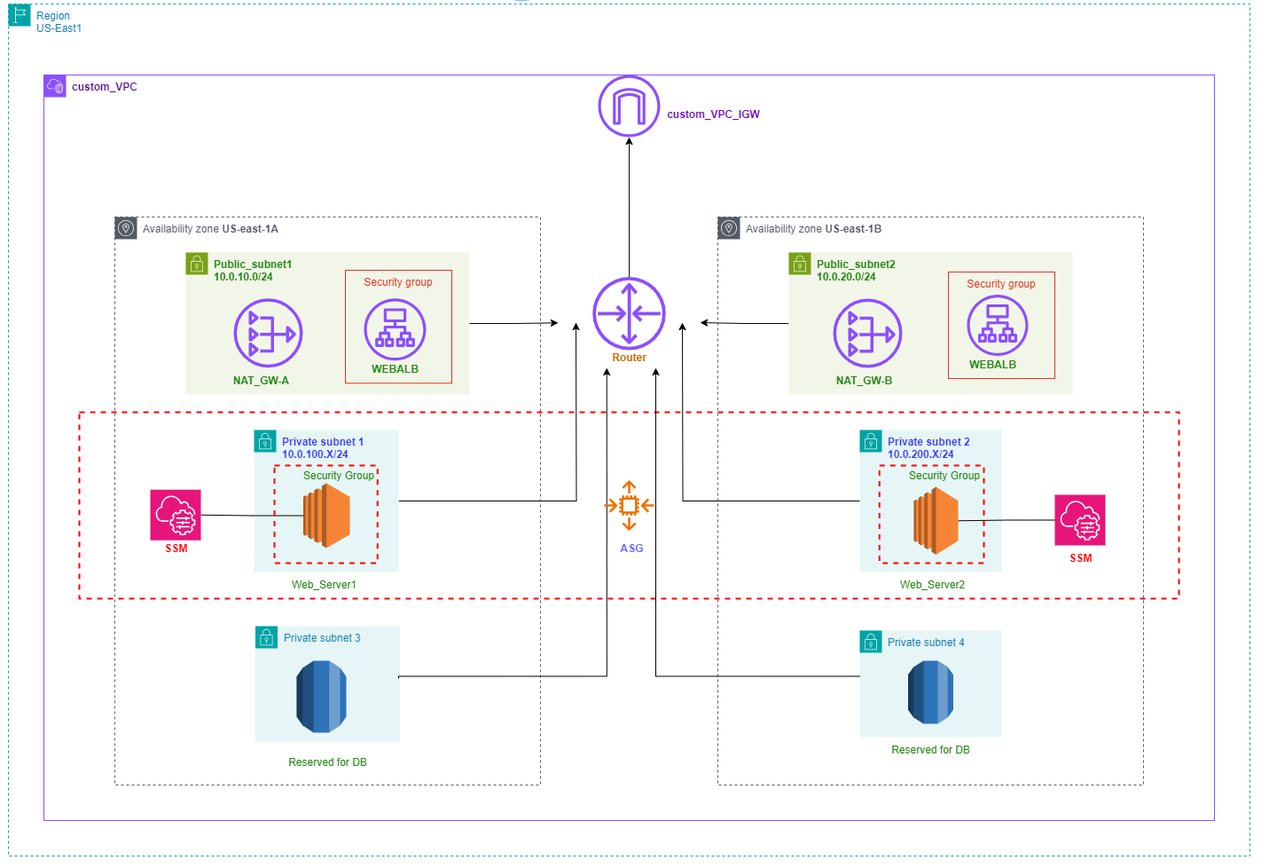
This is images/Topologie.png from elmachti/IaaS_WebApp, a draw.io export, as it was before one commit. Source tidied: cells renumbered, new cells last; positions are measured from the earlier drawing's top-left corner, leaving out a move shared by most shapes.
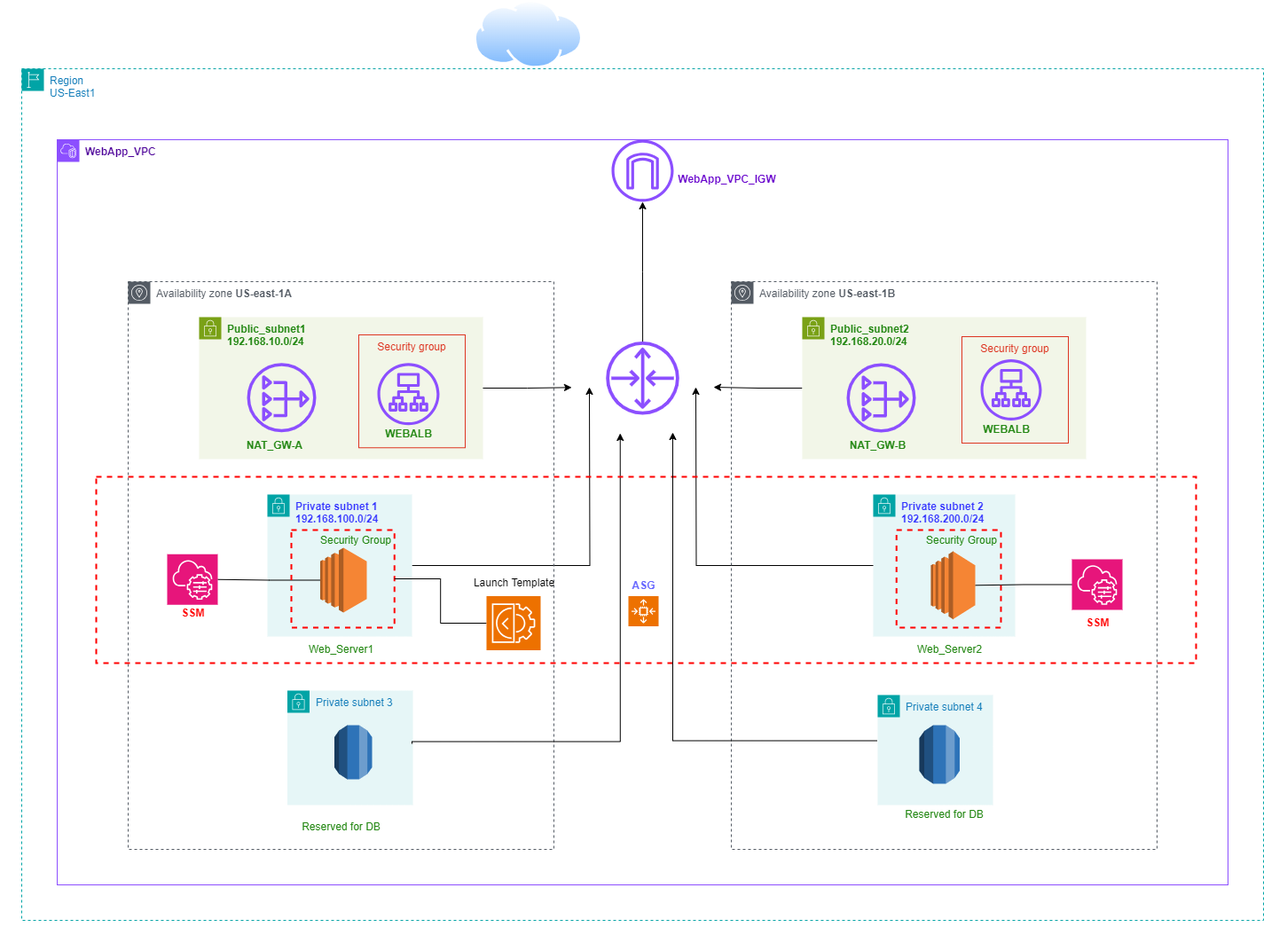
After the commit.

The edit, as a diff of the source:
```diff
@@ -2,7 +2,7 @@
   <root>
     <mxCell id="0" />
     <mxCell id="1" parent="0" />
-    <mxCell id="2" value="&lt;b&gt;&lt;font color=&quot;#3333ff&quot;&gt;Private subnet 2&lt;/font&gt;&lt;/b&gt;&lt;div&gt;&lt;span style=&quot;text-align: center; text-wrap: nowrap;&quot;&gt;&lt;b style=&quot;&quot;&gt;&lt;font color=&quot;#3333ff&quot;&gt;10.0.200.X/24&lt;/font&gt;&lt;/b&gt;&lt;/span&gt;&lt;br&gt;&lt;/div&gt;" style="points=[[0,0],[0.25,0],[0.5,0],[0.75,0],[1,0],[1,0.25],[1,0.5],[1,0.75],[1,1],[0.75,1],[0.5,1],[0.25,1],[0,1],[0,0.75],[0,0.5],[0,0.25]];outlineConnect=0;gradientColor=none;html=1;whiteSpace=wrap;fontSize=12;fontStyle=0;shape=mxgraph.aws4.group;grIcon=mxgraph.aws4.group_security_group;grStroke=0;strokeColor=#00A4A6;fillColor=#E6F6F7;verticalAlign=top;align=left;spacingLeft=30;fontColor=#147EBA;dashed=0;" parent="1" vertex="1">
+    <mxCell id="2" value="&lt;b&gt;&lt;font color=&quot;#3333ff&quot;&gt;Private subnet 2&lt;/font&gt;&lt;/b&gt;&lt;div&gt;&lt;b style=&quot;text-align: center; text-wrap: nowrap;&quot;&gt;&lt;font color=&quot;#3333ff&quot;&gt;192.168.200.0/24&lt;/font&gt;&lt;/b&gt;&lt;br&gt;&lt;/div&gt;" style="points=[[0,0],[0.25,0],[0.5,0],[0.75,0],[1,0],[1,0.25],[1,0.5],[1,0.75],[1,1],[0.75,1],[0.5,1],[0.25,1],[0,1],[0,0.75],[0,0.5],[0,0.25]];outlineConnect=0;gradientColor=none;html=1;whiteSpace=wrap;fontSize=12;fontStyle=0;shape=mxgraph.aws4.group;grIcon=mxgraph.aws4.group_security_group;grStroke=0;strokeColor=#00A4A6;fillColor=#E6F6F7;verticalAlign=top;align=left;spacingLeft=30;fontColor=#147EBA;dashed=0;" parent="1" vertex="1">
       <mxGeometry x="1090" y="557" width="160" height="160" as="geometry" />
     </mxCell>
     <mxCell id="3" style="edgeStyle=orthogonalEdgeStyle;rounded=0;jettySize=auto;html=1;fontFamily=Helvetica;fontSize=12;fontColor=#147EBA;fontStyle=0;" parent="1" edge="1" source="4">
@@ -10,7 +10,7 @@
         <mxPoint x="910" y="436" as="targetPoint" />
       </mxGeometry>
     </mxCell>
-    <mxCell id="4" value="&lt;b&gt;Public_subnet2&lt;/b&gt;&lt;div&gt;&lt;b&gt;10.0.20.0/24&lt;/b&gt;&lt;/div&gt;" style="points=[[0,0],[0.25,0],[0.5,0],[0.75,0],[1,0],[1,0.25],[1,0.5],[1,0.75],[1,1],[0.75,1],[0.5,1],[0.25,1],[0,1],[0,0.75],[0,0.5],[0,0.25]];outlineConnect=0;gradientColor=none;html=1;whiteSpace=wrap;fontSize=12;fontStyle=0;shape=mxgraph.aws4.group;grIcon=mxgraph.aws4.group_security_group;grStroke=0;strokeColor=#7AA116;fillColor=#F2F6E8;verticalAlign=top;align=left;spacingLeft=30;fontColor=#248814;dashed=0;" parent="1" vertex="1">
+    <mxCell id="4" value="&lt;b&gt;Public_subnet2&lt;/b&gt;&lt;div&gt;&lt;b&gt;192.168.20.0/24&lt;/b&gt;&lt;br&gt;&lt;/div&gt;" style="points=[[0,0],[0.25,0],[0.5,0],[0.75,0],[1,0],[1,0.25],[1,0.5],[1,0.75],[1,1],[0.75,1],[0.5,1],[0.25,1],[0,1],[0,0.75],[0,0.5],[0,0.25]];outlineConnect=0;gradientColor=none;html=1;whiteSpace=wrap;fontSize=12;fontStyle=0;shape=mxgraph.aws4.group;grIcon=mxgraph.aws4.group_security_group;grStroke=0;strokeColor=#7AA116;fillColor=#F2F6E8;verticalAlign=top;align=left;spacingLeft=30;fontColor=#248814;dashed=0;" parent="1" vertex="1">
       <mxGeometry x="1010" y="357" width="320" height="160" as="geometry" />
     </mxCell>
     <mxCell id="5" value="Security group" style="fillColor=none;strokeColor=#DD3522;verticalAlign=top;fontStyle=0;fontColor=#DD3522;whiteSpace=wrap;html=1;" parent="4" vertex="1">
@@ -27,7 +27,7 @@
         <mxPoint x="770" y="436" as="targetPoint" />
       </mxGeometry>
     </mxCell>
-    <mxCell id="9" value="&lt;b&gt;&lt;font color=&quot;#3333ff&quot;&gt;Private subnet 1&lt;/font&gt;&lt;/b&gt;&lt;div&gt;&lt;span style=&quot;text-align: center; text-wrap: nowrap;&quot;&gt;&lt;b style=&quot;&quot;&gt;&lt;font color=&quot;#3333ff&quot;&gt;10.0.100.X/24&lt;/font&gt;&lt;/b&gt;&lt;/span&gt;&lt;br&gt;&lt;/div&gt;" style="points=[[0,0],[0.25,0],[0.5,0],[0.75,0],[1,0],[1,0.25],[1,0.5],[1,0.75],[1,1],[0.75,1],[0.5,1],[0.25,1],[0,1],[0,0.75],[0,0.5],[0,0.25]];outlineConnect=0;gradientColor=none;html=1;whiteSpace=wrap;fontSize=12;fontStyle=0;shape=mxgraph.aws4.group;grIcon=mxgraph.aws4.group_security_group;grStroke=0;strokeColor=#00A4A6;fillColor=#E6F6F7;verticalAlign=top;align=left;spacingLeft=30;fontColor=#147EBA;dashed=0;" parent="1" vertex="1">
+    <mxCell id="9" value="&lt;b&gt;&lt;font color=&quot;#3333ff&quot;&gt;Private subnet 1&lt;/font&gt;&lt;/b&gt;&lt;div&gt;&lt;span style=&quot;text-align: center; text-wrap: nowrap;&quot;&gt;&lt;b style=&quot;&quot;&gt;&lt;font color=&quot;#3333ff&quot;&gt;192.168.100.0/24&lt;/font&gt;&lt;/b&gt;&lt;/span&gt;&lt;br&gt;&lt;/div&gt;" style="points=[[0,0],[0.25,0],[0.5,0],[0.75,0],[1,0],[1,0.25],[1,0.5],[1,0.75],[1,1],[0.75,1],[0.5,1],[0.25,1],[0,1],[0,0.75],[0,0.5],[0,0.25]];outlineConnect=0;gradientColor=none;html=1;whiteSpace=wrap;fontSize=12;fontStyle=0;shape=mxgraph.aws4.group;grIcon=mxgraph.aws4.group_security_group;grStroke=0;strokeColor=#00A4A6;fillColor=#E6F6F7;verticalAlign=top;align=left;spacingLeft=30;fontColor=#147EBA;dashed=0;" parent="1" vertex="1">
       <mxGeometry x="407" y="557" width="163" height="160" as="geometry" />
     </mxCell>
     <mxCell id="10" style="edgeStyle=orthogonalEdgeStyle;rounded=0;jettySize=auto;html=1;exitX=0;exitY=0.5;exitDx=0;exitDy=0;fontFamily=Helvetica;fontSize=12;fontColor=#147EBA;fontStyle=0;" parent="1" edge="1" source="2">
@@ -38,10 +38,10 @@
     <mxCell id="11" value="Region&lt;div&gt;US-East1&lt;/div&gt;" style="gradientColor=none;html=1;whiteSpace=wrap;fontSize=12;fontStyle=0;shape=mxgraph.aws4.group;grIcon=mxgraph.aws4.group_region;strokeColor=#00A4A6;fillColor=none;verticalAlign=top;align=left;spacingLeft=30;fontColor=#147EBA;dashed=1;" parent="1" vertex="1">
       <mxGeometry x="130" y="77" width="1400" height="960" as="geometry" />
     </mxCell>
-    <mxCell id="12" value="&lt;b&gt;&lt;font color=&quot;#4c0099&quot;&gt;custom_VPC&lt;/font&gt;&lt;/b&gt;" style="gradientColor=none;html=1;whiteSpace=wrap;fontSize=12;fontStyle=0;shape=mxgraph.aws4.group;grIcon=mxgraph.aws4.group_vpc2;strokeColor=#8C4FFF;fillColor=none;verticalAlign=top;align=left;spacingLeft=30;fontColor=#AAB7B8;dashed=0;" parent="11" vertex="1">
+    <mxCell id="12" value="&lt;b&gt;&lt;font color=&quot;#4c0099&quot;&gt;WebApp_VPC&lt;/font&gt;&lt;/b&gt;" style="gradientColor=none;html=1;whiteSpace=wrap;fontSize=12;fontStyle=0;shape=mxgraph.aws4.group;grIcon=mxgraph.aws4.group_vpc2;strokeColor=#8C4FFF;fillColor=none;verticalAlign=top;align=left;spacingLeft=30;fontColor=#AAB7B8;dashed=0;" parent="11" vertex="1">
       <mxGeometry x="40" y="80" width="1320" height="840" as="geometry" />
     </mxCell>
-    <mxCell id="13" value="&lt;b&gt;Public_subnet1&lt;/b&gt;&lt;div&gt;&lt;b&gt;10.0.10.0/24&lt;/b&gt;&lt;/div&gt;" style="points=[[0,0],[0.25,0],[0.5,0],[0.75,0],[1,0],[1,0.25],[1,0.5],[1,0.75],[1,1],[0.75,1],[0.5,1],[0.25,1],[0,1],[0,0.75],[0,0.5],[0,0.25]];outlineConnect=0;gradientColor=none;html=1;whiteSpace=wrap;fontSize=12;fontStyle=0;shape=mxgraph.aws4.group;grIcon=mxgraph.aws4.group_security_group;grStroke=0;strokeColor=#7AA116;fillColor=#F2F6E8;verticalAlign=top;align=left;spacingLeft=30;fontColor=#248814;dashed=0;" parent="12" vertex="1">
+    <mxCell id="13" value="&lt;b&gt;Public_subnet1&lt;/b&gt;&lt;div&gt;&lt;b&gt;192.168.10.0/24&lt;/b&gt;&lt;/div&gt;" style="points=[[0,0],[0.25,0],[0.5,0],[0.75,0],[1,0],[1,0.25],[1,0.5],[1,0.75],[1,1],[0.75,1],[0.5,1],[0.25,1],[0,1],[0,0.75],[0,0.5],[0,0.25]];outlineConnect=0;gradientColor=none;html=1;whiteSpace=wrap;fontSize=12;fontStyle=0;shape=mxgraph.aws4.group;grIcon=mxgraph.aws4.group_security_group;grStroke=0;strokeColor=#7AA116;fillColor=#F2F6E8;verticalAlign=top;align=left;spacingLeft=30;fontColor=#248814;dashed=0;" parent="12" vertex="1">
       <mxGeometry x="160" y="200" width="320" height="160" as="geometry" />
     </mxCell>
     <mxCell id="14" value="Availability zone &lt;b&gt;US-east-1A&lt;/b&gt;" style="sketch=0;gradientColor=none;html=1;whiteSpace=wrap;fontSize=12;fontStyle=0;shape=mxgraph.aws4.group;grIcon=mxgraph.aws4.group_availability_zone;strokeColor=#545B64;fillColor=none;verticalAlign=top;align=left;spacingLeft=30;fontColor=#545B64;dashed=1;fontFamily=Helvetica;" parent="12" vertex="1">
@@ -51,23 +51,20 @@
       <mxGeometry x="760" y="160" width="480" height="640" as="geometry" />
     </mxCell>
     <mxCell id="16" value="Private subnet 3" style="gradientColor=none;html=1;whiteSpace=wrap;fontSize=12;fontStyle=0;shape=mxgraph.aws4.group;grIcon=mxgraph.aws4.group_security_group;grStroke=0;strokeColor=#00A4A6;fillColor=#E6F6F7;verticalAlign=top;align=left;spacingLeft=30;fontColor=#147EBA;dashed=0;" parent="12" vertex="1">
-      <mxGeometry x="238.5" y="621" width="163" height="130" as="geometry" />
+      <mxGeometry x="259.5" y="621" width="141.5" height="129" as="geometry" />
     </mxCell>
-    <mxCell id="17" style="dashed=0;verticalLabelPosition=bottom;verticalAlign=top;align=center;html=1;shape=mxgraph.aws3.rds;fillColor=#2E73B8;gradientColor=none;strokeColor=#00A4A6;spacingLeft=30;fontFamily=Helvetica;fontSize=12;fontColor=#147EBA;fontStyle=0;" parent="16" vertex="1">
-      <mxGeometry x="46.5" y="39" width="56" height="81" as="geometry" />
-    </mxCell>
     <mxCell id="18" value="Private subnet 4" style="gradientColor=none;html=1;whiteSpace=wrap;fontSize=12;fontStyle=0;shape=mxgraph.aws4.group;grIcon=mxgraph.aws4.group_security_group;grStroke=0;strokeColor=#00A4A6;fillColor=#E6F6F7;verticalAlign=top;align=left;spacingLeft=30;fontColor=#147EBA;dashed=0;" parent="12" vertex="1">
-      <mxGeometry x="920" y="626" width="160" height="120" as="geometry" />
+      <mxGeometry x="925" y="626" width="130" height="124" as="geometry" />
     </mxCell>
     <mxCell id="19" style="dashed=0;verticalLabelPosition=bottom;verticalAlign=top;align=center;html=1;shape=mxgraph.aws3.rds;fillColor=#2E73B8;gradientColor=none;strokeColor=#00A4A6;spacingLeft=30;fontFamily=Helvetica;fontSize=12;fontColor=#147EBA;fontStyle=0;" parent="18" vertex="1">
-      <mxGeometry x="54.5" y="34" width="51" height="71" as="geometry" />
+      <mxGeometry x="47" y="34" width="45.5" height="66" as="geometry" />
     </mxCell>
     <mxCell id="20" style="rounded=0;orthogonalLoop=1;jettySize=auto;html=1;fontFamily=Helvetica;fontSize=12;fontColor=#147EBA;fontStyle=0;elbow=vertical;edgeStyle=orthogonalEdgeStyle;" parent="12" edge="1">
       <mxGeometry relative="1" as="geometry">
-        <mxPoint x="400" y="680" as="sourcePoint" />
-        <mxPoint x="634.8" y="330" as="targetPoint" />
+        <mxPoint x="400" y="681" as="sourcePoint" />
+        <mxPoint x="634.8" y="331" as="targetPoint" />
         <Array as="points">
-          <mxPoint x="634.8" y="677.5" />
+          <mxPoint x="634.8" y="678.5" />
         </Array>
       </mxGeometry>
     </mxCell>
@@ -95,18 +92,12 @@
     <mxCell id="28" style="sketch=0;fontColor=#232F3E;gradientColor=none;fillColor=#8C4FFF;strokeColor=none;dashed=0;verticalLabelPosition=bottom;verticalAlign=top;align=center;html=1;fontSize=12;fontStyle=0;shape=mxgraph.aws4.nat_gateway;" parent="12" vertex="1">
       <mxGeometry x="890" y="252" width="78" height="78" as="geometry" />
     </mxCell>
-    <mxCell id="29" value="&lt;b&gt;&lt;font color=&quot;#6600cc&quot;&gt;custom_VPC_IGW&lt;/font&gt;&lt;/b&gt;" style="text;html=1;align=center;verticalAlign=middle;strokeColor=none;fillColor=none;fontFamily=Helvetica;fontSize=12;fontColor=#248814;fontStyle=0;" parent="12" vertex="1">
+    <mxCell id="29" value="&lt;b&gt;&lt;font color=&quot;#6600cc&quot;&gt;WebApp_VPC_IGW&lt;/font&gt;&lt;/b&gt;" style="text;html=1;align=center;verticalAlign=middle;strokeColor=none;fillColor=none;fontFamily=Helvetica;fontSize=12;fontColor=#248814;fontStyle=0;" parent="12" vertex="1">
       <mxGeometry x="690" y="30" width="130" height="30" as="geometry" />
     </mxCell>
-    <mxCell id="30" value="&lt;b&gt;&lt;font color=&quot;#cc6600&quot;&gt;Router&lt;/font&gt;&lt;/b&gt;" style="text;html=1;align=center;verticalAlign=middle;strokeColor=none;fillColor=none;fontFamily=Helvetica;fontSize=12;fontColor=#248814;fontStyle=0;" parent="12" vertex="1">
-      <mxGeometry x="630" y="304" width="60" height="30" as="geometry" />
-    </mxCell>
     <mxCell id="31" style="fontStyle=0;verticalAlign=top;align=center;spacingTop=-2;fillColor=none;rounded=0;whiteSpace=wrap;html=1;strokeColor=#FF0000;strokeWidth=2;dashed=1;spacingLeft=30;fontFamily=Helvetica;fontSize=12;fontColor=#147EBA;" parent="1" vertex="1">
-      <mxGeometry x="210" y="537" width="1240" height="210" as="geometry" />
+      <mxGeometry x="214" y="537" width="1240" height="210" as="geometry" />
     </mxCell>
-    <mxCell id="32" style="sketch=0;fontColor=#232F3E;gradientColor=none;fillColor=#ED7100;strokeColor=none;dashed=0;verticalLabelPosition=bottom;verticalAlign=top;align=center;html=1;fontSize=12;fontStyle=0;shape=mxgraph.aws4.auto_scaling2;" parent="31" vertex="1">
-      <mxGeometry x="591.8" y="76.8" width="56.5" height="56.5" as="geometry" />
-    </mxCell>
     <mxCell id="33" style="edgeStyle=orthogonalEdgeStyle;rounded=0;jettySize=auto;html=1;fontFamily=Helvetica;fontSize=12;fontColor=#248814;fontStyle=0;entryX=1;entryY=0.5;entryDx=0;entryDy=0;entryPerimeter=0;endArrow=none;endFill=0;exitX=0;exitY=0.5;exitDx=0;exitDy=0;exitPerimeter=0;" parent="31" edge="1" source="35" target="41">
       <mxGeometry relative="1" as="geometry" />
     </mxCell>
@@ -152,9 +143,18 @@
     <mxCell id="45" style="outlineConnect=0;dashed=0;verticalLabelPosition=bottom;verticalAlign=top;align=center;html=1;shape=mxgraph.aws3.ec2;fillColor=#F58534;gradientColor=none;strokeColor=#7AA116;spacingLeft=30;fontFamily=Helvetica;fontSize=12;fontColor=#248814;fontStyle=0;" parent="44" vertex="1">
       <mxGeometry x="38.8" y="24" width="50" height="76.5" as="geometry" />
     </mxCell>
-    <mxCell id="46" value="&lt;font color=&quot;#6666ff&quot;&gt;&lt;b&gt;ASG&lt;/b&gt;&lt;/font&gt;" style="text;html=1;align=center;verticalAlign=middle;strokeColor=none;fillColor=none;fontFamily=Helvetica;fontSize=12;fontColor=#248814;fontStyle=0;" parent="31" vertex="1">
-      <mxGeometry x="598.2" y="139.2" width="50" height="30" as="geometry" />
-    </mxCell>
+    <mxCell id="56" style="edgeStyle=orthogonalEdgeStyle;rounded=0;jettySize=auto;html=1;exitX=0;exitY=0.5;exitDx=0;exitDy=0;exitPerimeter=0;entryX=1;entryY=0.5;entryDx=0;entryDy=0;endArrow=none;endFill=0;" parent="31" edge="1" source="57" target="34">
+      <mxGeometry relative="1" as="geometry" />
+    </mxCell>
+    <mxCell id="57" style="sketch=0;points=[[0,0,0],[0.25,0,0],[0.5,0,0],[0.75,0,0],[1,0,0],[0,1,0],[0.25,1,0],[0.5,1,0],[0.75,1,0],[1,1,0],[0,0.25,0],[0,0.5,0],[0,0.75,0],[1,0.25,0],[1,0.5,0],[1,0.75,0]];outlineConnect=0;fontColor=#232F3E;fillColor=#ED7100;strokeColor=#ffffff;dashed=0;verticalLabelPosition=bottom;verticalAlign=top;align=center;html=1;fontSize=12;fontStyle=0;shape=mxgraph.aws4.resourceIcon;resIcon=mxgraph.aws4.ec2_image_builder;" parent="31" vertex="1">
+      <mxGeometry x="440" y="134.5" width="61" height="61" as="geometry" />
+    </mxCell>
+    <mxCell id="58" style="sketch=0;fontColor=#232F3E;fillColor=#ED7100;strokeColor=#ffffff;dashed=0;verticalLabelPosition=bottom;verticalAlign=top;align=center;html=1;fontSize=12;fontStyle=0;shape=mxgraph.aws4.resourceIcon;resIcon=mxgraph.aws4.auto_scaling2;" parent="31" vertex="1">
+      <mxGeometry x="600" y="134.5" width="34" height="34" as="geometry" />
+    </mxCell>
+    <mxCell id="59" value="Launch Template" style="text;html=1;align=center;verticalAlign=middle;strokeColor=none;fillColor=none;" parent="31" vertex="1">
+      <mxGeometry x="415.5" y="104.5" width="110" height="30" as="geometry" />
+    </mxCell>
     <mxCell id="47" style="edgeStyle=orthogonalEdgeStyle;rounded=0;jettySize=auto;html=1;fontFamily=Helvetica;fontSize=12;fontColor=#248814;fontStyle=0;exitX=1;exitY=0.5;exitDx=0;exitDy=0;" parent="1" edge="1" source="13">
       <mxGeometry relative="1" as="geometry">
         <mxPoint x="750" y="436.3" as="targetPoint" />
@@ -184,5 +184,11 @@
     <mxCell id="55" style="sketch=0;fontColor=#232F3E;gradientColor=none;fillColor=#232F3D;strokeColor=none;dashed=0;verticalLabelPosition=bottom;verticalAlign=top;align=center;html=1;fontSize=12;fontStyle=0;shape=mxgraph.aws4.user;spacingLeft=30;fontFamily=Helvetica;" parent="1" vertex="1">
       <mxGeometry x="770" y="1057" width="20" height="20" as="geometry" />
     </mxCell>
+    <mxCell id="46" value="&lt;font color=&quot;#6666ff&quot;&gt;&lt;b&gt;ASG&lt;/b&gt;&lt;/font&gt;" style="text;html=1;align=center;verticalAlign=middle;strokeColor=none;fillColor=none;fontFamily=Helvetica;fontSize=12;fontColor=#248814;fontStyle=0;" parent="1" vertex="1">
+      <mxGeometry x="806" y="645" width="50" height="30" as="geometry" />
+    </mxCell>
+    <mxCell id="17" style="dashed=0;verticalLabelPosition=bottom;verticalAlign=top;align=center;html=1;shape=mxgraph.aws3.rds;fillColor=#2E73B8;gradientColor=none;strokeColor=#00A4A6;spacingLeft=30;fontFamily=Helvetica;fontSize=12;fontColor=#147EBA;fontStyle=0;" parent="1" vertex="1">
+      <mxGeometry x="482.5" y="817" width="42.5" height="61" as="geometry" />
+    </mxCell>
   </root>
 </mxGraphModel>
```
